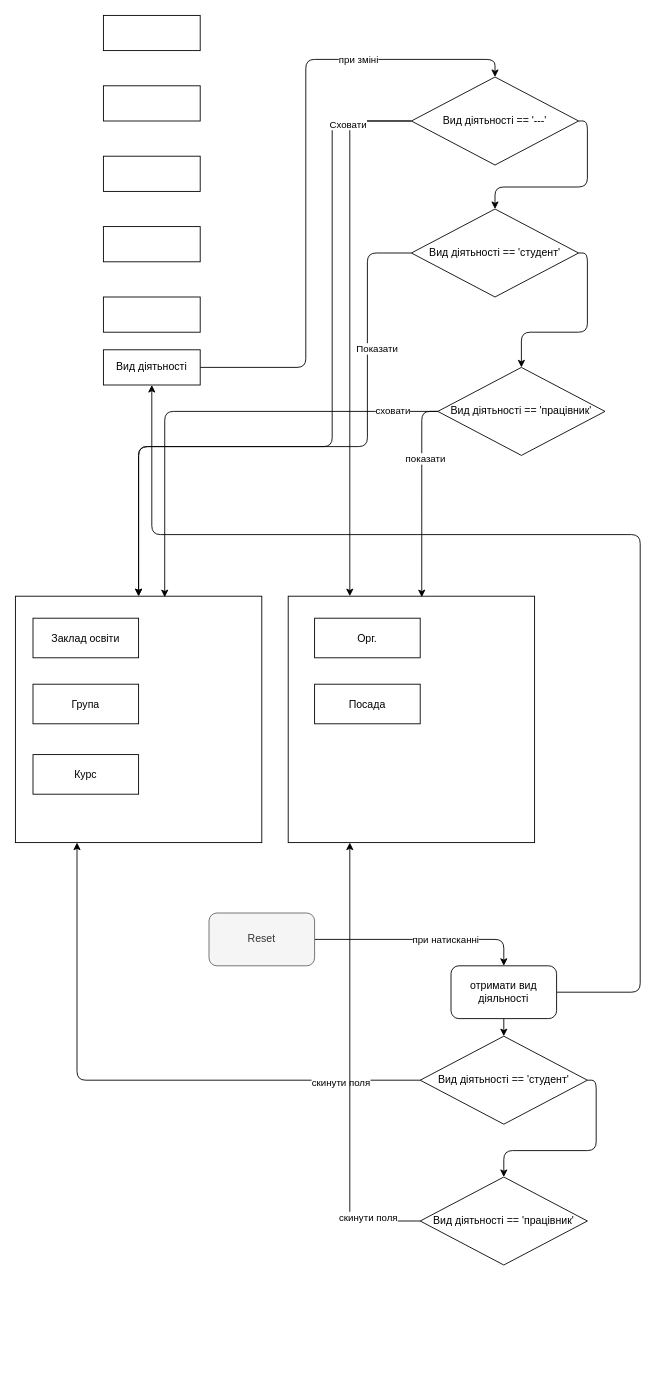
This is page "Page-1" (1 of 3) of forms.drawio from vvy-mku/js-2, a draw.io file, before an edit. Source tidied: cells renumbered, new cells numbered last; positions are measured from the earlier drawing's top-left corner, leaving out a move shared by most shapes. Both pictures are drawn from the tidied source at 88%, with x=0, y=0 at pixel (15, 15).
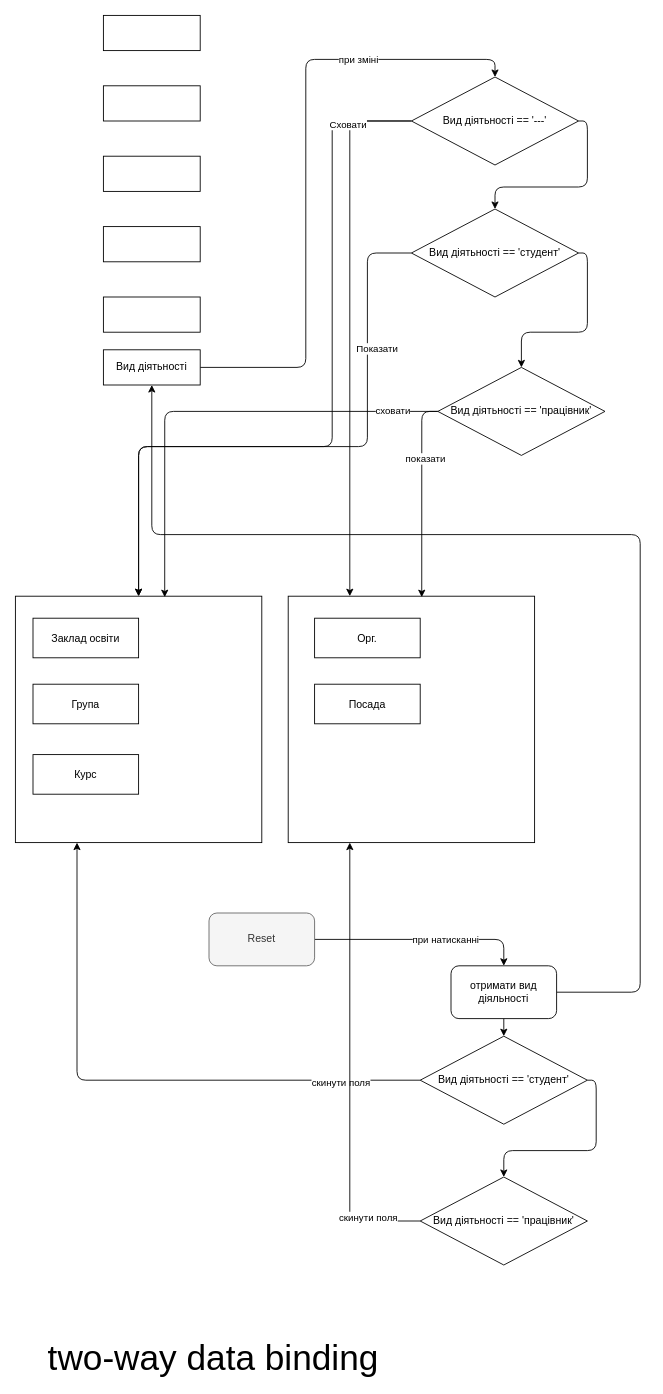
The same page after the edit.

Diff of the diagram source:
```diff
@@
+    <mxCell id="44" value="two-way data binding" style="text;html=1;strokeColor=none;fillColor=none;align=center;verticalAlign=middle;whiteSpace=wrap;rounded=0;dashed=1;dashPattern=8 8;labelBackgroundColor=#FFFFFF;fontSize=40;" parent="1" vertex="1">
+      <mxGeometry x="20" y="1510" width="410" height="30" as="geometry" />
+    </mxCell>
```
